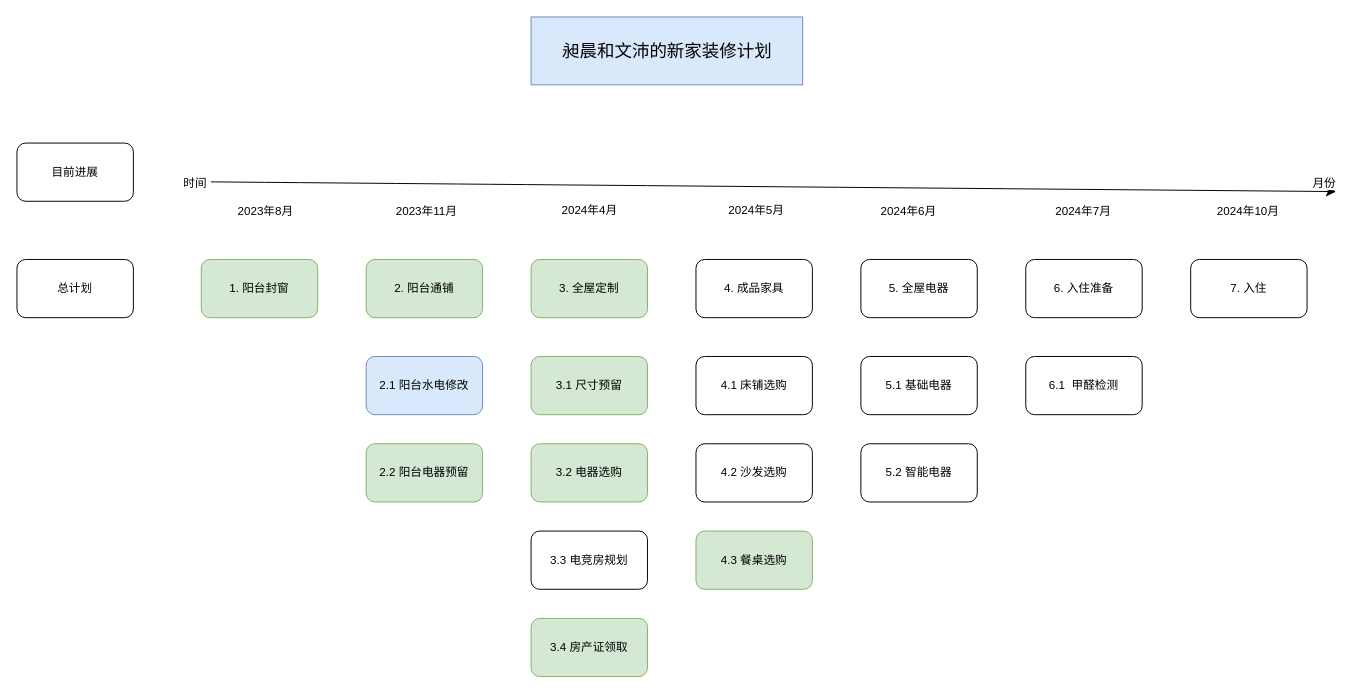
Before: page "总规划" (1 of 3) of newHome.drawio in liuminjit/Diary, a draw.io diagram. Source tidied: cells renumbered, new cells numbered last; positions are measured from the earlier drawing's top-left corner, leaving out a move shared by most shapes. Both pictures are drawn from the tidied source at 97%, with x=0, y=0 at pixel (16, 16).
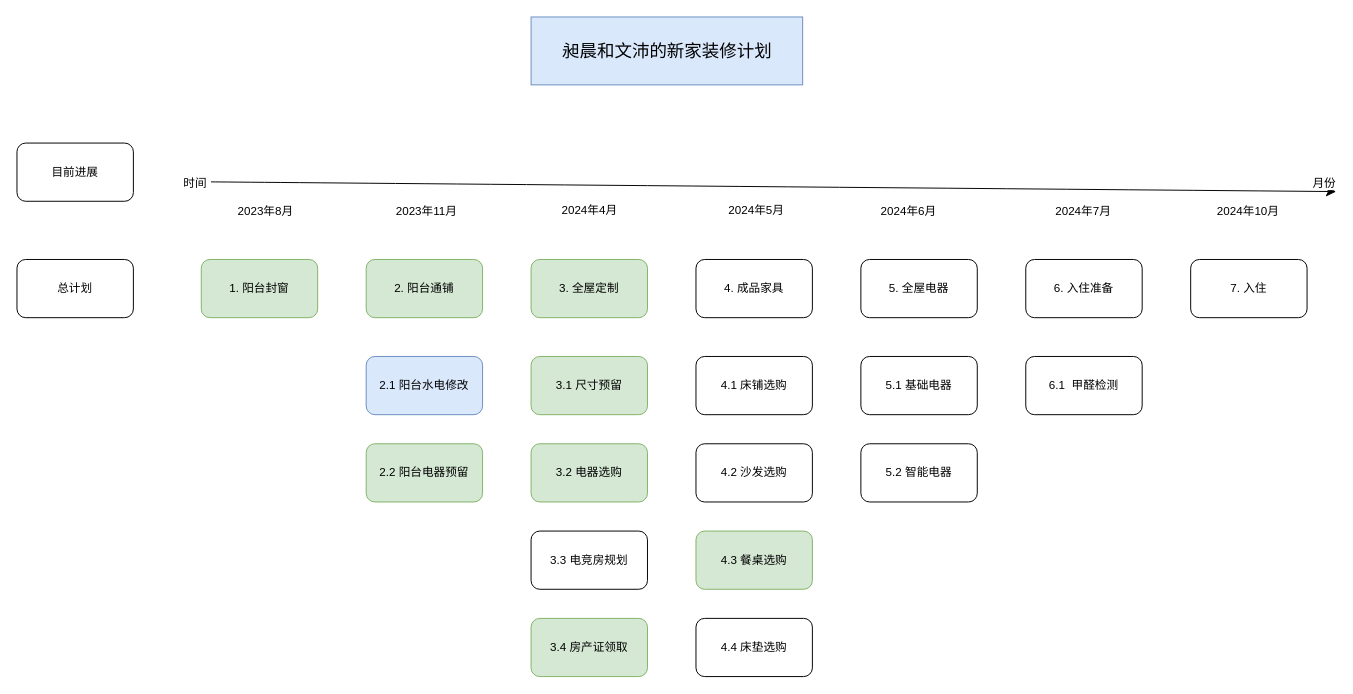
After the change.

Commit message:
增加4.4床垫选购.drawio

What changed in the source:
```diff
@@
+    <mxCell id="34" value="4.4 床垫选购" style="rounded=1;whiteSpace=wrap;html=1;" parent="1" vertex="1">
+      <mxGeometry x="700" y="620" width="120" height="60" as="geometry" />
+    </mxCell>
```
